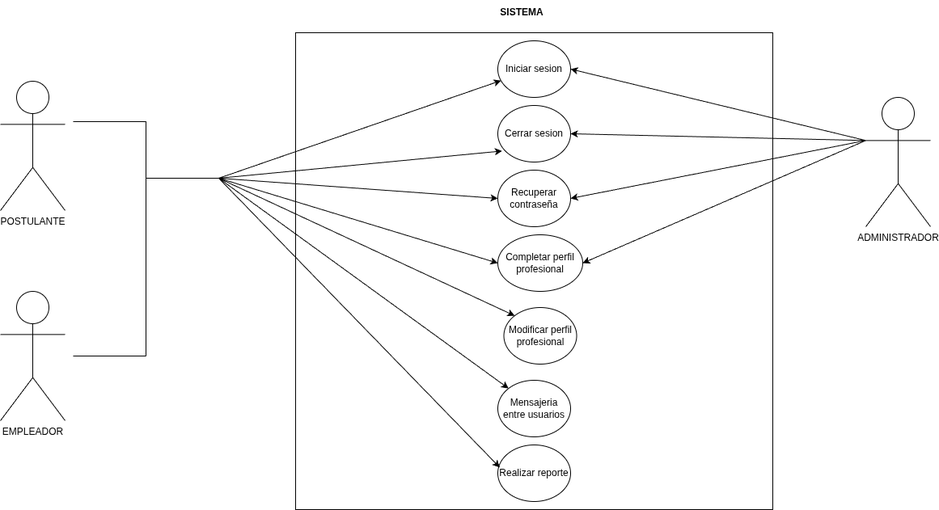
Earlier version of the draw.io export docs/diagramas_casos_de_uso/DCU-General.png (Nicolas-Menin/LaburAR). Source tidied: cells renumbered, new cells last; positions are measured from the earlier drawing's top-left corner, leaving out a move shared by most shapes.
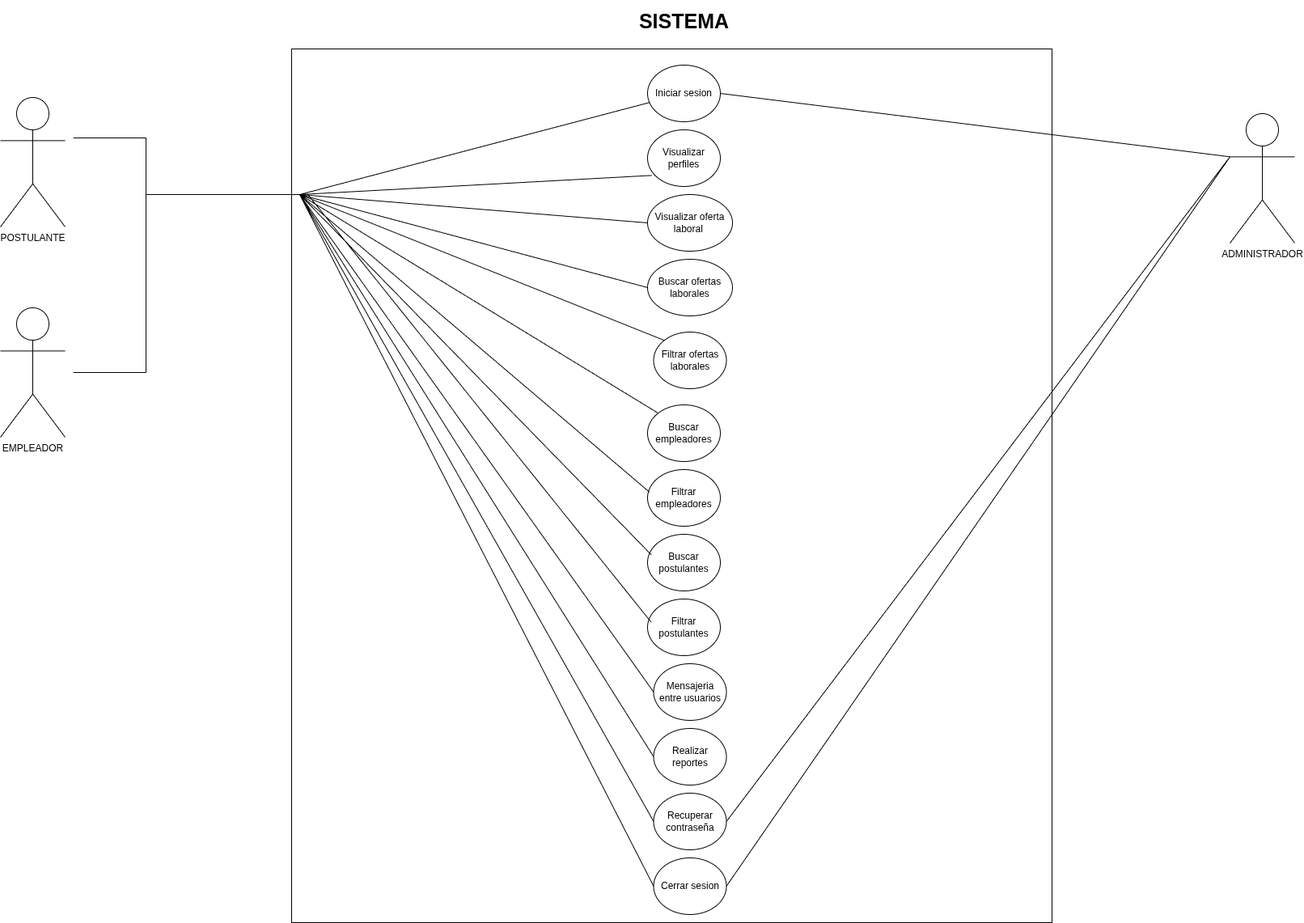
After the change.

The edit, as a diff of the source:
```diff
@@ -2,118 +2,163 @@
   <root>
     <mxCell id="0" />
     <mxCell id="1" parent="0" />
-    <mxCell id="2" style="whiteSpace=wrap;html=1;" parent="1" vertex="1">
-      <mxGeometry x="365" y="40" width="590" height="590" as="geometry" />
+    <mxCell id="2" style="html=1;" parent="1" vertex="1">
+      <mxGeometry x="175" y="30" width="940" height="1080" as="geometry" />
     </mxCell>
-    <mxCell id="3" value="&lt;b&gt;SISTEMA&lt;/b&gt;" style="text;html=1;whiteSpace=wrap;strokeColor=none;fillColor=none;align=center;verticalAlign=middle;rounded=0;" parent="1" vertex="1">
-      <mxGeometry x="615" width="60" height="30" as="geometry" />
+    <mxCell id="3" value="&lt;b&gt;SISTEMA&lt;/b&gt;" style="text;html=1;whiteSpace=wrap;strokeColor=none;fillColor=none;align=center;verticalAlign=middle;rounded=0;fontSize=25;" parent="1" vertex="1">
+      <mxGeometry x="582.5" y="-30" width="155" height="50" as="geometry" />
     </mxCell>
     <mxCell id="4" value="Iniciar sesion" style="ellipse;whiteSpace=wrap;html=1;" parent="1" vertex="1">
       <mxGeometry x="615" y="50" width="90" height="70" as="geometry" />
     </mxCell>
-    <mxCell id="5" value="Cerrar sesion" style="ellipse;whiteSpace=wrap;html=1;" parent="1" vertex="1">
+    <mxCell id="5" value="Visualizar perfiles" style="ellipse;whiteSpace=wrap;html=1;" parent="1" vertex="1">
       <mxGeometry x="615" y="130" width="90" height="70" as="geometry" />
     </mxCell>
-    <mxCell id="6" value="Recuperar contraseña" style="ellipse;whiteSpace=wrap;html=1;" parent="1" vertex="1">
-      <mxGeometry x="615" y="210" width="90" height="70" as="geometry" />
+    <mxCell id="6" value="&lt;div&gt;Visualizar oferta laboral&amp;nbsp;&lt;/div&gt;" style="ellipse;whiteSpace=wrap;html=1;" parent="1" vertex="1">
+      <mxGeometry x="615" y="210" width="105" height="70" as="geometry" />
     </mxCell>
-    <mxCell id="7" value="Completar perfil profesional" style="ellipse;whiteSpace=wrap;html=1;" parent="1" vertex="1">
+    <mxCell id="7" value="&lt;div&gt;Buscar ofertas laborales&lt;/div&gt;" style="ellipse;whiteSpace=wrap;html=1;" parent="1" vertex="1">
       <mxGeometry x="615" y="290" width="105" height="70" as="geometry" />
     </mxCell>
-    <mxCell id="8" value="Modificar perfil profesional" style="ellipse;whiteSpace=wrap;html=1;" parent="1" vertex="1">
+    <mxCell id="8" value="&lt;div&gt;Filtrar ofertas laborales&lt;/div&gt;" style="ellipse;whiteSpace=wrap;html=1;" parent="1" vertex="1">
       <mxGeometry x="622.5" y="380" width="90" height="70" as="geometry" />
     </mxCell>
-    <mxCell id="9" value="Mensajeria entre usuarios" style="ellipse;whiteSpace=wrap;html=1;" parent="1" vertex="1">
+    <mxCell id="9" value="Buscar empleadores" style="ellipse;whiteSpace=wrap;html=1;" parent="1" vertex="1">
       <mxGeometry x="615" y="470" width="90" height="70" as="geometry" />
     </mxCell>
-    <mxCell id="10" style="endArrow=classic;html=1;rounded=0;" parent="1" edge="1" target="4">
+    <mxCell id="10" style="endArrow=none;html=1;rounded=0;endFill=0;" parent="1" edge="1" target="4">
       <mxGeometry relative="1" as="geometry">
-        <mxPoint x="270" y="220" as="sourcePoint" />
+        <mxPoint x="185" y="210" as="sourcePoint" />
       </mxGeometry>
     </mxCell>
-    <mxCell id="11" style="endArrow=classic;html=1;rounded=0;entryX=0.059;entryY=0.805;entryDx=0;entryDy=0;entryPerimeter=0;" parent="1" edge="1" target="5">
+    <mxCell id="11" style="endArrow=none;html=1;rounded=0;entryX=0.059;entryY=0.805;entryDx=0;entryDy=0;entryPerimeter=0;endFill=0;" parent="1" edge="1" target="5">
       <mxGeometry relative="1" as="geometry">
-        <mxPoint x="270" y="220" as="sourcePoint" />
+        <mxPoint x="185" y="210" as="sourcePoint" />
       </mxGeometry>
     </mxCell>
-    <mxCell id="12" style="endArrow=classic;html=1;rounded=0;entryX=0;entryY=0.5;entryDx=0;entryDy=0;" parent="1" edge="1" target="6">
+    <mxCell id="12" style="endArrow=none;html=1;rounded=0;entryX=0;entryY=0.5;entryDx=0;entryDy=0;endFill=0;" parent="1" edge="1" target="6">
       <mxGeometry relative="1" as="geometry">
-        <mxPoint x="270" y="220" as="sourcePoint" />
+        <mxPoint x="185" y="210" as="sourcePoint" />
       </mxGeometry>
     </mxCell>
-    <mxCell id="13" style="endArrow=classic;html=1;rounded=0;entryX=0;entryY=0.5;entryDx=0;entryDy=0;" parent="1" edge="1" target="7">
+    <mxCell id="13" style="endArrow=none;html=1;rounded=0;entryX=0;entryY=0.5;entryDx=0;entryDy=0;endFill=0;" parent="1" edge="1" target="7">
       <mxGeometry relative="1" as="geometry">
-        <mxPoint x="270" y="220" as="sourcePoint" />
+        <mxPoint x="185" y="210" as="sourcePoint" />
       </mxGeometry>
     </mxCell>
-    <mxCell id="14" style="endArrow=classic;html=1;rounded=0;entryX=0;entryY=0;entryDx=0;entryDy=0;" parent="1" edge="1" target="8">
+    <mxCell id="14" style="endArrow=none;html=1;rounded=0;entryX=0;entryY=0;entryDx=0;entryDy=0;endFill=0;" parent="1" edge="1" target="8">
       <mxGeometry relative="1" as="geometry">
-        <mxPoint x="270" y="220" as="sourcePoint" />
+        <mxPoint x="185" y="210" as="sourcePoint" />
       </mxGeometry>
     </mxCell>
-    <mxCell id="15" style="endArrow=classic;html=1;rounded=0;entryX=0;entryY=0;entryDx=0;entryDy=0;" parent="1" edge="1" target="9">
+    <mxCell id="15" style="endArrow=none;html=1;rounded=0;entryX=0;entryY=0;entryDx=0;entryDy=0;endFill=0;" parent="1" edge="1" target="9">
       <mxGeometry relative="1" as="geometry">
-        <mxPoint x="270" y="220" as="sourcePoint" />
+        <mxPoint x="185" y="210" as="sourcePoint" />
       </mxGeometry>
     </mxCell>
-    <mxCell id="16" value="Realizar reporte" style="ellipse;whiteSpace=wrap;html=1;" parent="1" vertex="1">
+    <mxCell id="16" value="Filtrar empleadores" style="ellipse;whiteSpace=wrap;html=1;" parent="1" vertex="1">
       <mxGeometry x="615" y="550" width="90" height="70" as="geometry" />
     </mxCell>
     <mxCell id="17" value="POSTULANTE" style="shape=umlActor;verticalLabelPosition=bottom;verticalAlign=top;html=1;" parent="1" vertex="1">
-      <mxGeometry y="100" width="80" height="160" as="geometry" />
+      <mxGeometry x="-185" y="90" width="80" height="160" as="geometry" />
     </mxCell>
     <mxCell id="18" value="EMPLEADOR" style="shape=umlActor;verticalLabelPosition=bottom;verticalAlign=top;html=1;" parent="1" vertex="1">
-      <mxGeometry y="360" width="80" height="160" as="geometry" />
+      <mxGeometry x="-185" y="350" width="80" height="160" as="geometry" />
     </mxCell>
     <mxCell id="19" style="endArrow=none;html=1;rounded=0;" parent="1" edge="1">
       <mxGeometry relative="1" as="geometry">
-        <mxPoint x="180" y="220" as="sourcePoint" />
-        <mxPoint x="270" y="220" as="targetPoint" />
+        <mxPoint x="-5" y="210" as="sourcePoint" />
+        <mxPoint x="185" y="210" as="targetPoint" />
       </mxGeometry>
     </mxCell>
     <mxCell id="20" style="endArrow=none;html=1;rounded=0;" parent="1" edge="1">
       <mxGeometry relative="1" as="geometry">
-        <mxPoint x="180" y="440" as="sourcePoint" />
-        <mxPoint x="180" y="150" as="targetPoint" />
+        <mxPoint x="-5" y="430" as="sourcePoint" />
+        <mxPoint x="-5" y="140" as="targetPoint" />
       </mxGeometry>
     </mxCell>
     <mxCell id="21" style="endArrow=none;html=1;rounded=0;" parent="1" edge="1">
       <mxGeometry relative="1" as="geometry">
-        <mxPoint x="90" y="150" as="sourcePoint" />
-        <mxPoint x="180" y="153" as="targetPoint" />
+        <mxPoint x="-95" y="140" as="sourcePoint" />
+        <mxPoint x="-5" y="143" as="targetPoint" />
         <Array as="points">
-          <mxPoint x="180" y="150" />
+          <mxPoint x="-5" y="140" />
         </Array>
       </mxGeometry>
     </mxCell>
     <mxCell id="22" style="endArrow=none;html=1;rounded=0;" parent="1" edge="1">
       <mxGeometry relative="1" as="geometry">
-        <mxPoint x="90" y="439.9" as="sourcePoint" />
-        <mxPoint x="180" y="439.9" as="targetPoint" />
+        <mxPoint x="-95" y="429.9" as="sourcePoint" />
+        <mxPoint x="-5" y="429.9" as="targetPoint" />
         <Array as="points">
-          <mxPoint x="180" y="439.9" />
+          <mxPoint x="-5" y="429.9" />
         </Array>
       </mxGeometry>
     </mxCell>
     <mxCell id="23" value="ADMINISTRADOR" style="shape=umlActor;verticalLabelPosition=bottom;verticalAlign=top;html=1;outlineConnect=0;" parent="1" vertex="1">
-      <mxGeometry x="1070" y="120" width="80" height="160" as="geometry" />
+      <mxGeometry x="1335" y="110" width="80" height="160" as="geometry" />
     </mxCell>
-    <mxCell id="24" style="endArrow=classic;html=1;rounded=0;entryX=1;entryY=0.5;entryDx=0;entryDy=0;exitX=0;exitY=0.3333333333333333;exitDx=0;exitDy=0;exitPerimeter=0;" parent="1" edge="1" source="23" target="4">
+    <mxCell id="24" style="endArrow=none;html=1;rounded=0;entryX=1;entryY=0.5;entryDx=0;entryDy=0;exitX=0;exitY=0.3333333333333333;exitDx=0;exitDy=0;exitPerimeter=0;endFill=0;" parent="1" edge="1" source="23" target="4">
       <mxGeometry relative="1" as="geometry" />
     </mxCell>
-    <mxCell id="25" style="endArrow=classic;html=1;rounded=0;entryX=1;entryY=0.5;entryDx=0;entryDy=0;exitX=0;exitY=0.3333333333333333;exitDx=0;exitDy=0;exitPerimeter=0;" parent="1" edge="1" source="23" target="5">
-      <mxGeometry relative="1" as="geometry" />
-    </mxCell>
-    <mxCell id="26" style="endArrow=classic;html=1;rounded=0;entryX=1;entryY=0.5;entryDx=0;entryDy=0;exitX=0;exitY=0.3333333333333333;exitDx=0;exitDy=0;exitPerimeter=0;" parent="1" edge="1" source="23" target="6">
-      <mxGeometry relative="1" as="geometry" />
-    </mxCell>
-    <mxCell id="27" style="endArrow=classic;html=1;rounded=0;entryX=0.027;entryY=0.399;entryDx=0;entryDy=0;entryPerimeter=0;" parent="1" edge="1" target="16">
+    <mxCell id="27" style="endArrow=none;html=1;rounded=0;entryX=0.027;entryY=0.399;entryDx=0;entryDy=0;entryPerimeter=0;endFill=0;" parent="1" edge="1" target="16">
       <mxGeometry relative="1" as="geometry">
-        <mxPoint x="270" y="220" as="sourcePoint" />
+        <mxPoint x="185" y="210" as="sourcePoint" />
       </mxGeometry>
     </mxCell>
-    <mxCell id="28" style="endArrow=classic;html=1;rounded=0;entryX=1;entryY=0.5;entryDx=0;entryDy=0;exitX=0;exitY=0.3333333333333333;exitDx=0;exitDy=0;exitPerimeter=0;" parent="1" edge="1" source="23" target="7">
-      <mxGeometry relative="1" as="geometry" />
-    </mxCell>
+    <mxCell id="29" value="Buscar postulantes" style="ellipse;whiteSpace=wrap;html=1;" parent="1" vertex="1">
+      <mxGeometry x="615" y="630" width="90" height="70" as="geometry" />
+    </mxCell>
+    <mxCell id="30" style="endArrow=none;html=1;rounded=0;entryX=0.054;entryY=0.365;entryDx=0;entryDy=0;entryPerimeter=0;endFill=0;" parent="1" edge="1" target="29">
+      <mxGeometry relative="1" as="geometry">
+        <mxPoint x="185" y="210" as="sourcePoint" />
+      </mxGeometry>
+    </mxCell>
+    <mxCell id="31" value="Filtrar postulantes" style="ellipse;whiteSpace=wrap;html=1;" parent="1" vertex="1">
+      <mxGeometry x="615" y="710" width="90" height="70" as="geometry" />
+    </mxCell>
+    <mxCell id="32" value="Mensajeria entre usuarios" style="ellipse;whiteSpace=wrap;html=1;" parent="1" vertex="1">
+      <mxGeometry x="622.5" y="790" width="90" height="70" as="geometry" />
+    </mxCell>
+    <mxCell id="33" value="Realizar reportes" style="ellipse;whiteSpace=wrap;html=1;" parent="1" vertex="1">
+      <mxGeometry x="622.5" y="870" width="90" height="70" as="geometry" />
+    </mxCell>
+    <mxCell id="34" value="Recuperar contraseña" style="ellipse;whiteSpace=wrap;html=1;" parent="1" vertex="1">
+      <mxGeometry x="622.5" y="950" width="90" height="70" as="geometry" />
+    </mxCell>
+    <mxCell id="35" value="Cerrar sesion" style="ellipse;whiteSpace=wrap;html=1;" parent="1" vertex="1">
+      <mxGeometry x="622.5" y="1030" width="90" height="70" as="geometry" />
+    </mxCell>
+    <mxCell id="36" style="endArrow=none;html=1;rounded=0;entryX=0.05;entryY=0.41;entryDx=0;entryDy=0;entryPerimeter=0;endFill=0;" parent="1" edge="1" target="31">
+      <mxGeometry relative="1" as="geometry">
+        <mxPoint x="195" y="210" as="sourcePoint" />
+      </mxGeometry>
+    </mxCell>
+    <mxCell id="37" style="endArrow=none;html=1;rounded=0;entryX=0;entryY=0.5;entryDx=0;entryDy=0;endFill=0;" parent="1" edge="1" target="32">
+      <mxGeometry relative="1" as="geometry">
+        <mxPoint x="185" y="210" as="sourcePoint" />
+      </mxGeometry>
+    </mxCell>
+    <mxCell id="38" style="endArrow=none;html=1;rounded=0;entryX=0;entryY=0.5;entryDx=0;entryDy=0;endFill=0;" parent="1" edge="1" target="33">
+      <mxGeometry relative="1" as="geometry">
+        <mxPoint x="185" y="210" as="sourcePoint" />
+      </mxGeometry>
+    </mxCell>
+    <mxCell id="39" style="endArrow=none;html=1;rounded=0;entryX=0;entryY=0.5;entryDx=0;entryDy=0;endFill=0;" parent="1" edge="1" target="34">
+      <mxGeometry relative="1" as="geometry">
+        <mxPoint x="185" y="210" as="sourcePoint" />
+      </mxGeometry>
+    </mxCell>
+    <mxCell id="40" style="endArrow=none;html=1;rounded=0;entryX=1;entryY=0.5;entryDx=0;entryDy=0;exitX=0;exitY=0.3333333333333333;exitDx=0;exitDy=0;exitPerimeter=0;endFill=0;" parent="1" edge="1" source="23" target="34">
+      <mxGeometry relative="1" as="geometry" />
+    </mxCell>
+    <mxCell id="41" style="endArrow=none;html=1;rounded=0;entryX=1;entryY=0.5;entryDx=0;entryDy=0;exitX=0;exitY=0.3333333333333333;exitDx=0;exitDy=0;exitPerimeter=0;endFill=0;" parent="1" edge="1" source="23" target="35">
+      <mxGeometry relative="1" as="geometry" />
+    </mxCell>
+    <mxCell id="42" style="endArrow=none;html=1;rounded=0;entryX=0;entryY=0.5;entryDx=0;entryDy=0;endFill=0;" parent="1" edge="1" target="35">
+      <mxGeometry relative="1" as="geometry">
+        <mxPoint x="185" y="210" as="sourcePoint" />
+      </mxGeometry>
+    </mxCell>
   </root>
 </mxGraphModel>
```
